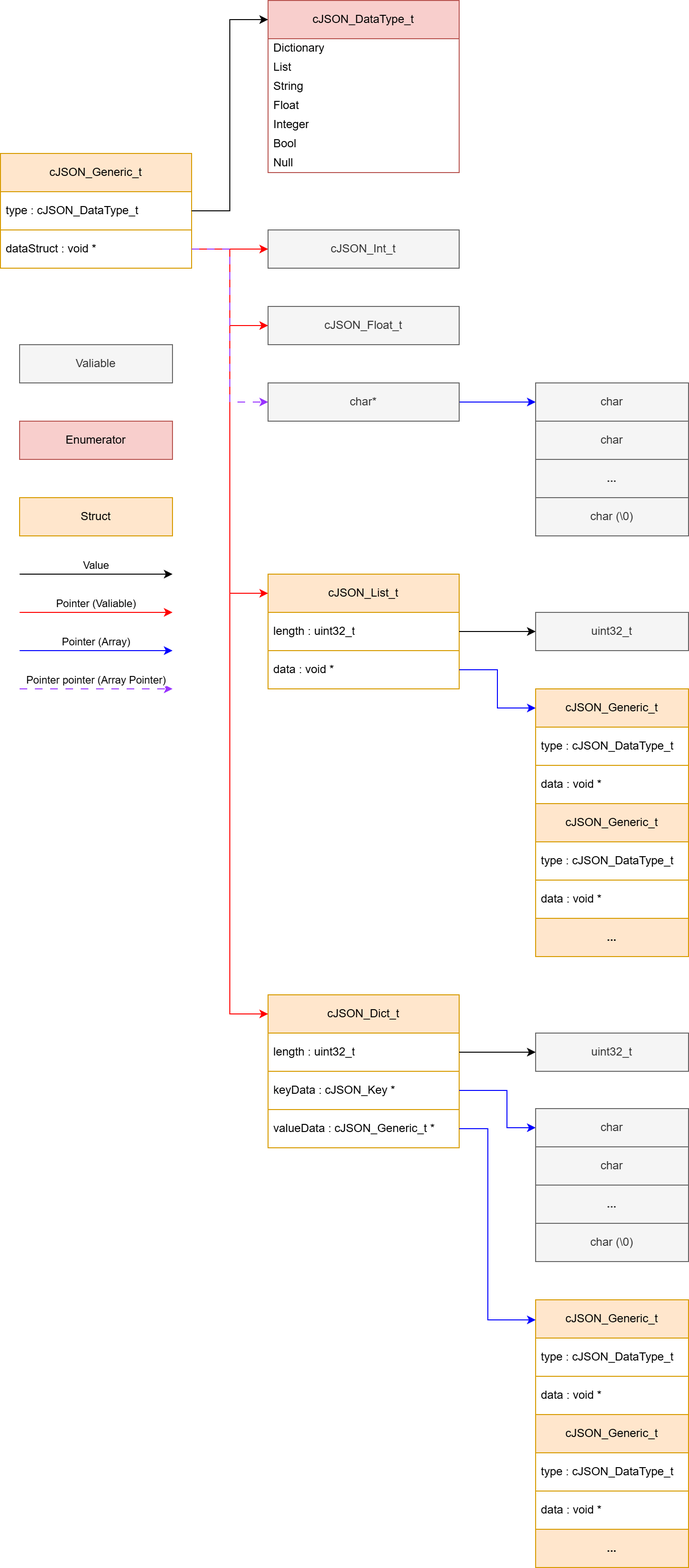
HeCoding180/cJSON_Lib keeps this draw.io diagram as docs/cJSON_Data_Tree.png. Above is the earlier version. Source tidied: cells renumbered, new cells last; positions are measured from the earlier drawing's top-left corner, leaving out a move shared by most shapes.
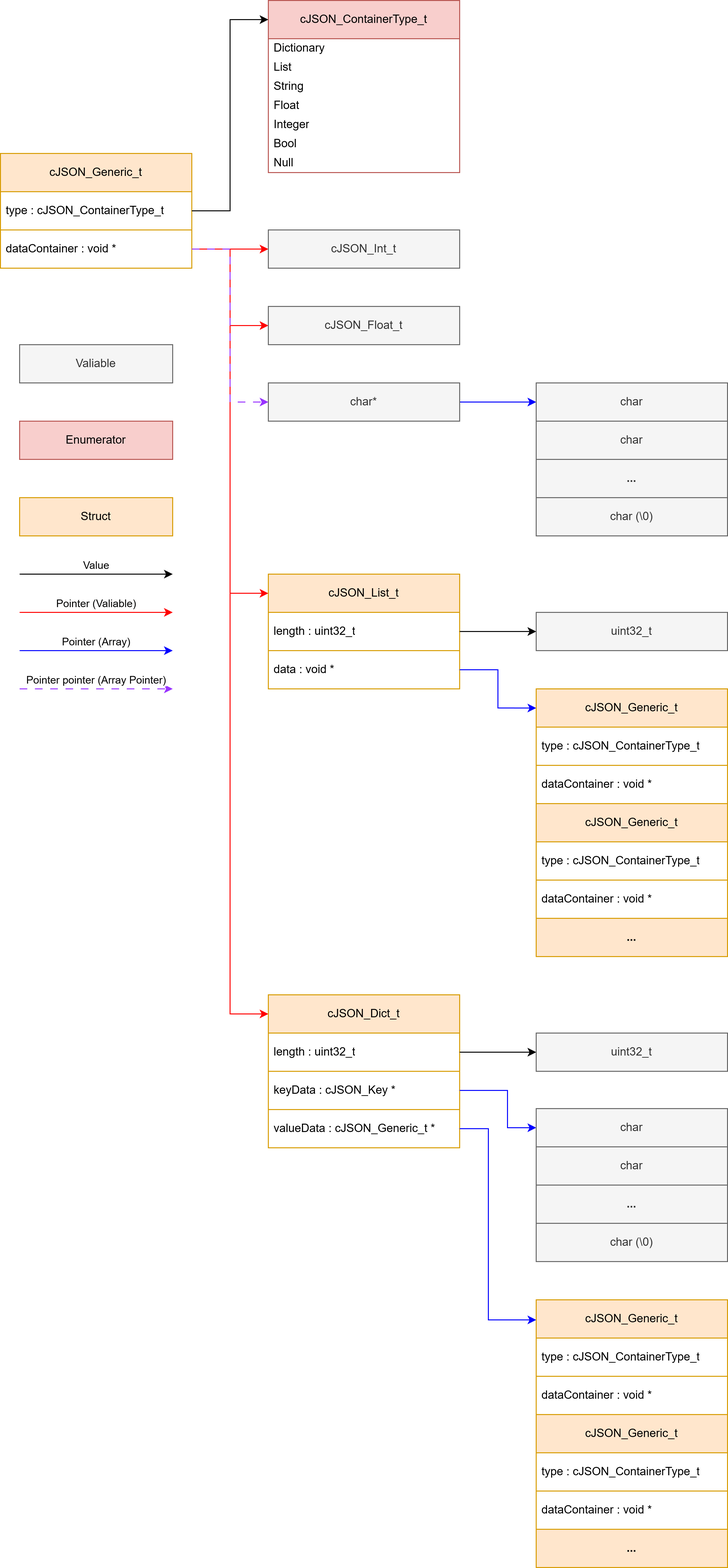
After the commit.

Commit message:
Updated cJSON data storage graphic.

Diff of the diagram source:
```diff
@@ -5,10 +5,10 @@
     <mxCell id="2" value="cJSON_Generic_t" style="swimlane;fontStyle=0;horizontal=1;startSize=40;whiteSpace=wrap;html=1;fillColor=#ffe6cc;strokeColor=#D79B00;" parent="1" vertex="1">
       <mxGeometry y="160" width="200" height="120" as="geometry" />
     </mxCell>
-    <mxCell id="3" value="type :&amp;nbsp;cJSON_DataType_t" style="text;strokeColor=none;fillColor=none;align=left;verticalAlign=middle;spacingLeft=4;spacingRight=4;overflow=hidden;points=[[0,0.5],[1,0.5]];portConstraint=eastwest;whiteSpace=wrap;html=1;" parent="2" vertex="1">
+    <mxCell id="3" value="type :&amp;nbsp;cJSON_ContainerType_t" style="text;strokeColor=none;fillColor=none;align=left;verticalAlign=middle;spacingLeft=4;spacingRight=4;overflow=hidden;points=[[0,0.5],[1,0.5]];portConstraint=eastwest;whiteSpace=wrap;html=1;" parent="2" vertex="1">
       <mxGeometry y="40" width="200" height="40" as="geometry" />
     </mxCell>
-    <mxCell id="4" value="dataStruct : void *" style="text;strokeColor=#D79B00;fillColor=none;align=left;verticalAlign=middle;spacingLeft=4;spacingRight=4;overflow=hidden;points=[[0,0.5],[1,0.5]];portConstraint=eastwest;whiteSpace=wrap;html=1;" parent="2" vertex="1">
+    <mxCell id="4" value="dataContainer : void *" style="text;strokeColor=#D79B00;fillColor=none;align=left;verticalAlign=middle;spacingLeft=4;spacingRight=4;overflow=hidden;points=[[0,0.5],[1,0.5]];portConstraint=eastwest;whiteSpace=wrap;html=1;" parent="2" vertex="1">
       <mxGeometry y="80" width="200" height="40" as="geometry" />
     </mxCell>
     <mxCell id="5" value="cJSON_Dict_t" style="swimlane;fontStyle=0;horizontal=1;startSize=40;whiteSpace=wrap;html=1;fillColor=#ffe6cc;strokeColor=#d79b00;" parent="1" vertex="1">
@@ -32,7 +32,7 @@
     <mxCell id="11" value="data : void *" style="text;strokeColor=#D79B00;fillColor=none;align=left;verticalAlign=middle;spacingLeft=4;spacingRight=4;overflow=hidden;points=[[0,0.5],[1,0.5]];portConstraint=eastwest;whiteSpace=wrap;html=1;" parent="9" vertex="1">
       <mxGeometry y="80" width="200" height="40" as="geometry" />
     </mxCell>
-    <mxCell id="12" value="&lt;span style=&quot;text-align: left;&quot;&gt;cJSON_DataType_t&lt;/span&gt;" style="swimlane;fontStyle=0;horizontal=1;startSize=40;whiteSpace=wrap;html=1;fillColor=#f8cecc;strokeColor=#b85450;" parent="1" vertex="1">
+    <mxCell id="12" value="&lt;div style=&quot;text-align: left;&quot;&gt;&lt;span style=&quot;background-color: transparent;&quot;&gt;cJSON_ContainerType_t&lt;/span&gt;&lt;/div&gt;" style="swimlane;fontStyle=0;horizontal=1;startSize=40;whiteSpace=wrap;html=1;fillColor=#f8cecc;strokeColor=#b85450;" parent="1" vertex="1">
       <mxGeometry x="280" width="200" height="180" as="geometry" />
     </mxCell>
     <mxCell id="13" value="Dictionary" style="text;strokeColor=none;fillColor=none;align=left;verticalAlign=middle;spacingLeft=4;spacingRight=4;overflow=hidden;whiteSpace=wrap;html=1;" parent="12" vertex="1">
@@ -125,13 +125,13 @@
       </mxGeometry>
     </mxCell>
     <mxCell id="32" value="cJSON_Generic_t" style="swimlane;fontStyle=0;horizontal=1;startSize=40;whiteSpace=wrap;html=1;fillColor=#ffe6cc;strokeColor=#d79b00;" parent="1" vertex="1">
-      <mxGeometry x="560" y="1359" width="160" height="120" as="geometry" />
+      <mxGeometry x="560" y="1359" width="200" height="120" as="geometry" />
     </mxCell>
-    <mxCell id="33" value="type :&amp;nbsp;cJSON_DataType_t" style="text;strokeColor=none;fillColor=none;align=left;verticalAlign=middle;spacingLeft=4;spacingRight=4;overflow=hidden;whiteSpace=wrap;html=1;" parent="32" vertex="1">
-      <mxGeometry y="40" width="160" height="40" as="geometry" />
+    <mxCell id="33" value="type :&amp;nbsp;cJSON_ContainerType_t" style="text;strokeColor=none;fillColor=none;align=left;verticalAlign=middle;spacingLeft=4;spacingRight=4;overflow=hidden;whiteSpace=wrap;html=1;" parent="32" vertex="1">
+      <mxGeometry y="40" width="200" height="40" as="geometry" />
     </mxCell>
-    <mxCell id="34" value="data : void *" style="text;strokeColor=#D79B00;fillColor=none;align=left;verticalAlign=middle;spacingLeft=4;spacingRight=4;overflow=hidden;whiteSpace=wrap;html=1;" parent="32" vertex="1">
-      <mxGeometry y="80" width="160" height="40" as="geometry" />
+    <mxCell id="34" value="dataContainer&amp;nbsp;: void *" style="text;strokeColor=#D79B00;fillColor=none;align=left;verticalAlign=middle;spacingLeft=4;spacingRight=4;overflow=hidden;whiteSpace=wrap;html=1;" parent="32" vertex="1">
+      <mxGeometry y="80" width="200" height="40" as="geometry" />
     </mxCell>
     <mxCell id="35" value="cJSON_Float_t" style="rounded=0;whiteSpace=wrap;html=1;fillColor=#f5f5f5;fontColor=#333333;strokeColor=#666666;" parent="1" vertex="1">
       <mxGeometry x="280" y="320" width="200" height="40" as="geometry" />
@@ -147,7 +147,7 @@
       </mxGeometry>
     </mxCell>
     <mxCell id="37" value="uint32_t" style="rounded=0;whiteSpace=wrap;html=1;fillColor=#f5f5f5;fontColor=#333333;strokeColor=#666666;" parent="1" vertex="1">
-      <mxGeometry x="560" y="1080" width="160" height="40" as="geometry" />
+      <mxGeometry x="560" y="1080" width="200" height="40" as="geometry" />
     </mxCell>
     <mxCell id="38" style="edgeStyle=orthogonalEdgeStyle;rounded=0;jettySize=auto;html=1;exitX=1;exitY=0.5;exitDx=0;exitDy=0;entryX=0;entryY=0.5;entryDx=0;entryDy=0;" parent="1" edge="1" source="6" target="37">
       <mxGeometry relative="1" as="geometry" />
@@ -169,46 +169,46 @@
       </mxGeometry>
     </mxCell>
     <mxCell id="41" value="uint32_t" style="rounded=0;whiteSpace=wrap;html=1;fillColor=#f5f5f5;fontColor=#333333;strokeColor=#666666;" parent="1" vertex="1">
-      <mxGeometry x="560" y="640" width="160" height="40" as="geometry" />
+      <mxGeometry x="560" y="640" width="200" height="40" as="geometry" />
     </mxCell>
     <mxCell id="42" style="edgeStyle=orthogonalEdgeStyle;rounded=0;jettySize=auto;html=1;exitX=1;exitY=0.5;exitDx=0;exitDy=0;entryX=0;entryY=0.5;entryDx=0;entryDy=0;" parent="1" edge="1" source="10" target="41">
       <mxGeometry relative="1" as="geometry" />
     </mxCell>
     <mxCell id="43" value="cJSON_Generic_t" style="swimlane;fontStyle=0;horizontal=1;startSize=40;whiteSpace=wrap;html=1;fillColor=#ffe6cc;strokeColor=#d79b00;" parent="1" vertex="1">
-      <mxGeometry x="560" y="720" width="160" height="120" as="geometry" />
+      <mxGeometry x="560" y="720" width="200" height="120" as="geometry" />
     </mxCell>
-    <mxCell id="44" value="type :&amp;nbsp;cJSON_DataType_t" style="text;strokeColor=none;fillColor=none;align=left;verticalAlign=middle;spacingLeft=4;spacingRight=4;overflow=hidden;whiteSpace=wrap;html=1;" parent="43" vertex="1">
-      <mxGeometry y="40" width="160" height="40" as="geometry" />
+    <mxCell id="44" value="type :&amp;nbsp;cJSON_ContainerType_t" style="text;strokeColor=none;fillColor=none;align=left;verticalAlign=middle;spacingLeft=4;spacingRight=4;overflow=hidden;whiteSpace=wrap;html=1;" parent="43" vertex="1">
+      <mxGeometry y="40" width="200" height="40" as="geometry" />
     </mxCell>
-    <mxCell id="45" value="data : void *" style="text;strokeColor=#D79B00;fillColor=none;align=left;verticalAlign=middle;spacingLeft=4;spacingRight=4;overflow=hidden;whiteSpace=wrap;html=1;" parent="43" vertex="1">
-      <mxGeometry y="80" width="160" height="40" as="geometry" />
+    <mxCell id="45" value="dataContainer&amp;nbsp;: void *" style="text;strokeColor=#D79B00;fillColor=none;align=left;verticalAlign=middle;spacingLeft=4;spacingRight=4;overflow=hidden;whiteSpace=wrap;html=1;" parent="43" vertex="1">
+      <mxGeometry y="80" width="200" height="40" as="geometry" />
     </mxCell>
     <mxCell id="46" style="edgeStyle=orthogonalEdgeStyle;rounded=0;jettySize=auto;html=1;exitX=1;exitY=0.5;exitDx=0;exitDy=0;entryX=0;entryY=0.167;entryDx=0;entryDy=0;strokeColor=#0000FF;entryPerimeter=0;" parent="1" edge="1" source="11" target="43">
       <mxGeometry relative="1" as="geometry" />
     </mxCell>
     <mxCell id="47" value="cJSON_Generic_t" style="swimlane;fontStyle=0;horizontal=1;startSize=40;whiteSpace=wrap;html=1;fillColor=#ffe6cc;strokeColor=#d79b00;" parent="1" vertex="1">
-      <mxGeometry x="560" y="840" width="160" height="120" as="geometry" />
+      <mxGeometry x="560" y="840" width="200" height="120" as="geometry" />
     </mxCell>
-    <mxCell id="48" value="type :&amp;nbsp;cJSON_DataType_t" style="text;strokeColor=none;fillColor=none;align=left;verticalAlign=middle;spacingLeft=4;spacingRight=4;overflow=hidden;whiteSpace=wrap;html=1;" parent="47" vertex="1">
-      <mxGeometry y="40" width="160" height="40" as="geometry" />
+    <mxCell id="48" value="type :&amp;nbsp;cJSON_ContainerType_t" style="text;strokeColor=none;fillColor=none;align=left;verticalAlign=middle;spacingLeft=4;spacingRight=4;overflow=hidden;whiteSpace=wrap;html=1;" parent="47" vertex="1">
+      <mxGeometry y="40" width="200" height="40" as="geometry" />
     </mxCell>
-    <mxCell id="49" value="data : void *" style="text;strokeColor=#D79B00;fillColor=none;align=left;verticalAlign=middle;spacingLeft=4;spacingRight=4;overflow=hidden;whiteSpace=wrap;html=1;" parent="47" vertex="1">
-      <mxGeometry y="80" width="160" height="40" as="geometry" />
+    <mxCell id="49" value="dataContainer&amp;nbsp;: void *" style="text;strokeColor=#D79B00;fillColor=none;align=left;verticalAlign=middle;spacingLeft=4;spacingRight=4;overflow=hidden;whiteSpace=wrap;html=1;" parent="47" vertex="1">
+      <mxGeometry y="80" width="200" height="40" as="geometry" />
     </mxCell>
     <mxCell id="50" value="&lt;b&gt;...&lt;/b&gt;" style="rounded=0;whiteSpace=wrap;html=1;fillColor=#ffe6cc;strokeColor=#d79b00;" parent="1" vertex="1">
-      <mxGeometry x="560" y="960" width="160" height="40" as="geometry" />
+      <mxGeometry x="560" y="960" width="200" height="40" as="geometry" />
     </mxCell>
     <mxCell id="51" value="cJSON_Generic_t" style="swimlane;fontStyle=0;horizontal=1;startSize=40;whiteSpace=wrap;html=1;fillColor=#ffe6cc;strokeColor=#d79b00;" parent="1" vertex="1">
-      <mxGeometry x="560" y="1479" width="160" height="120" as="geometry" />
+      <mxGeometry x="560" y="1479" width="200" height="120" as="geometry" />
     </mxCell>
-    <mxCell id="52" value="type :&amp;nbsp;cJSON_DataType_t" style="text;strokeColor=none;fillColor=none;align=left;verticalAlign=middle;spacingLeft=4;spacingRight=4;overflow=hidden;whiteSpace=wrap;html=1;" parent="51" vertex="1">
-      <mxGeometry y="40" width="160" height="40" as="geometry" />
+    <mxCell id="52" value="type :&amp;nbsp;cJSON_ContainerType_t" style="text;strokeColor=none;fillColor=none;align=left;verticalAlign=middle;spacingLeft=4;spacingRight=4;overflow=hidden;whiteSpace=wrap;html=1;" parent="51" vertex="1">
+      <mxGeometry y="40" width="200" height="40" as="geometry" />
     </mxCell>
-    <mxCell id="53" value="data : void *" style="text;strokeColor=#D79B00;fillColor=none;align=left;verticalAlign=middle;spacingLeft=4;spacingRight=4;overflow=hidden;whiteSpace=wrap;html=1;" parent="51" vertex="1">
-      <mxGeometry y="80" width="160" height="40" as="geometry" />
+    <mxCell id="53" value="dataContainer&amp;nbsp;: void *" style="text;strokeColor=#D79B00;fillColor=none;align=left;verticalAlign=middle;spacingLeft=4;spacingRight=4;overflow=hidden;whiteSpace=wrap;html=1;" parent="51" vertex="1">
+      <mxGeometry y="80" width="200" height="40" as="geometry" />
     </mxCell>
     <mxCell id="54" value="&lt;b&gt;...&lt;/b&gt;" style="rounded=0;whiteSpace=wrap;html=1;fillColor=#ffe6cc;strokeColor=#d79b00;" parent="1" vertex="1">
-      <mxGeometry x="560" y="1599" width="160" height="40" as="geometry" />
+      <mxGeometry x="560" y="1599" width="200" height="40" as="geometry" />
     </mxCell>
     <mxCell id="55" style="edgeStyle=orthogonalEdgeStyle;rounded=0;jettySize=auto;html=1;exitX=1;exitY=0.5;exitDx=0;exitDy=0;entryX=0;entryY=0.5;entryDx=0;entryDy=0;strokeColor=#0000FF;" parent="1" edge="1" source="56" target="57">
       <mxGeometry relative="1" as="geometry" />
@@ -217,28 +217,28 @@
       <mxGeometry x="280" y="400" width="200" height="40" as="geometry" />
     </mxCell>
     <mxCell id="57" value="char" style="rounded=0;whiteSpace=wrap;html=1;fillColor=#f5f5f5;fontColor=#333333;strokeColor=#666666;" parent="1" vertex="1">
-      <mxGeometry x="560" y="400" width="160" height="40" as="geometry" />
+      <mxGeometry x="560" y="400" width="200" height="40" as="geometry" />
     </mxCell>
     <mxCell id="58" value="char" style="rounded=0;whiteSpace=wrap;html=1;fillColor=#f5f5f5;fontColor=#333333;strokeColor=#666666;" parent="1" vertex="1">
-      <mxGeometry x="560" y="440" width="160" height="40" as="geometry" />
+      <mxGeometry x="560" y="440" width="200" height="40" as="geometry" />
     </mxCell>
     <mxCell id="59" value="&lt;b&gt;...&lt;/b&gt;" style="rounded=0;whiteSpace=wrap;html=1;fillColor=#f5f5f5;fontColor=#333333;strokeColor=#666666;" parent="1" vertex="1">
-      <mxGeometry x="560" y="480" width="160" height="40" as="geometry" />
+      <mxGeometry x="560" y="480" width="200" height="40" as="geometry" />
     </mxCell>
     <mxCell id="60" value="char (\0)" style="rounded=0;whiteSpace=wrap;html=1;fillColor=#f5f5f5;fontColor=#333333;strokeColor=#666666;" parent="1" vertex="1">
-      <mxGeometry x="560" y="520" width="160" height="40" as="geometry" />
+      <mxGeometry x="560" y="520" width="200" height="40" as="geometry" />
     </mxCell>
     <mxCell id="61" value="char" style="rounded=0;whiteSpace=wrap;html=1;fillColor=#f5f5f5;fontColor=#333333;strokeColor=#666666;" parent="1" vertex="1">
-      <mxGeometry x="560" y="1159" width="160" height="40" as="geometry" />
+      <mxGeometry x="560" y="1159" width="200" height="40" as="geometry" />
     </mxCell>
     <mxCell id="62" value="char" style="rounded=0;whiteSpace=wrap;html=1;fillColor=#f5f5f5;fontColor=#333333;strokeColor=#666666;" parent="1" vertex="1">
-      <mxGeometry x="560" y="1199" width="160" height="40" as="geometry" />
+      <mxGeometry x="560" y="1199" width="200" height="40" as="geometry" />
     </mxCell>
     <mxCell id="63" value="&lt;b&gt;...&lt;/b&gt;" style="rounded=0;whiteSpace=wrap;html=1;fillColor=#f5f5f5;fontColor=#333333;strokeColor=#666666;" parent="1" vertex="1">
-      <mxGeometry x="560" y="1239" width="160" height="40" as="geometry" />
+      <mxGeometry x="560" y="1239" width="200" height="40" as="geometry" />
     </mxCell>
     <mxCell id="64" value="char (\0)" style="rounded=0;whiteSpace=wrap;html=1;fillColor=#f5f5f5;fontColor=#333333;strokeColor=#666666;" parent="1" vertex="1">
-      <mxGeometry x="560" y="1279" width="160" height="40" as="geometry" />
+      <mxGeometry x="560" y="1279" width="200" height="40" as="geometry" />
     </mxCell>
     <mxCell id="65" value="Pointer pointer (Array Pointer)" style="endArrow=classic;html=1;rounded=0;strokeColor=#9933FF;dashed=1;dashPattern=8 8;" parent="1" edge="1">
       <mxGeometry y="9" relative="1" as="geometry">
```
